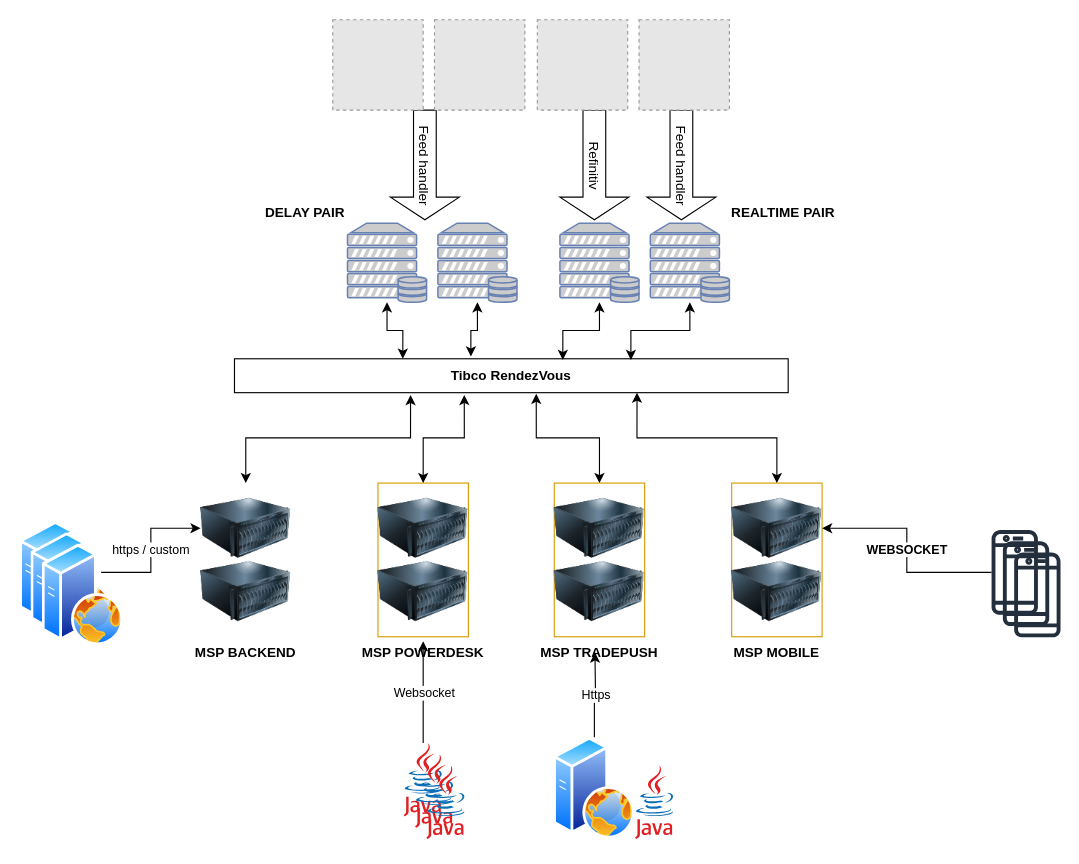
Before: msp_modello_architetturale.drawio in kino71/diagrams, a draw.io diagram. Source tidied: cells renumbered, new cells numbered last; positions are measured from the earlier drawing's top-left corner, leaving out a move shared by most shapes. Both pictures are drawn from the tidied source at 113%, with x=0, y=0 at pixel (19, 19). Pictures stored in the file or linked from it are replaced by grey dashed boxes.
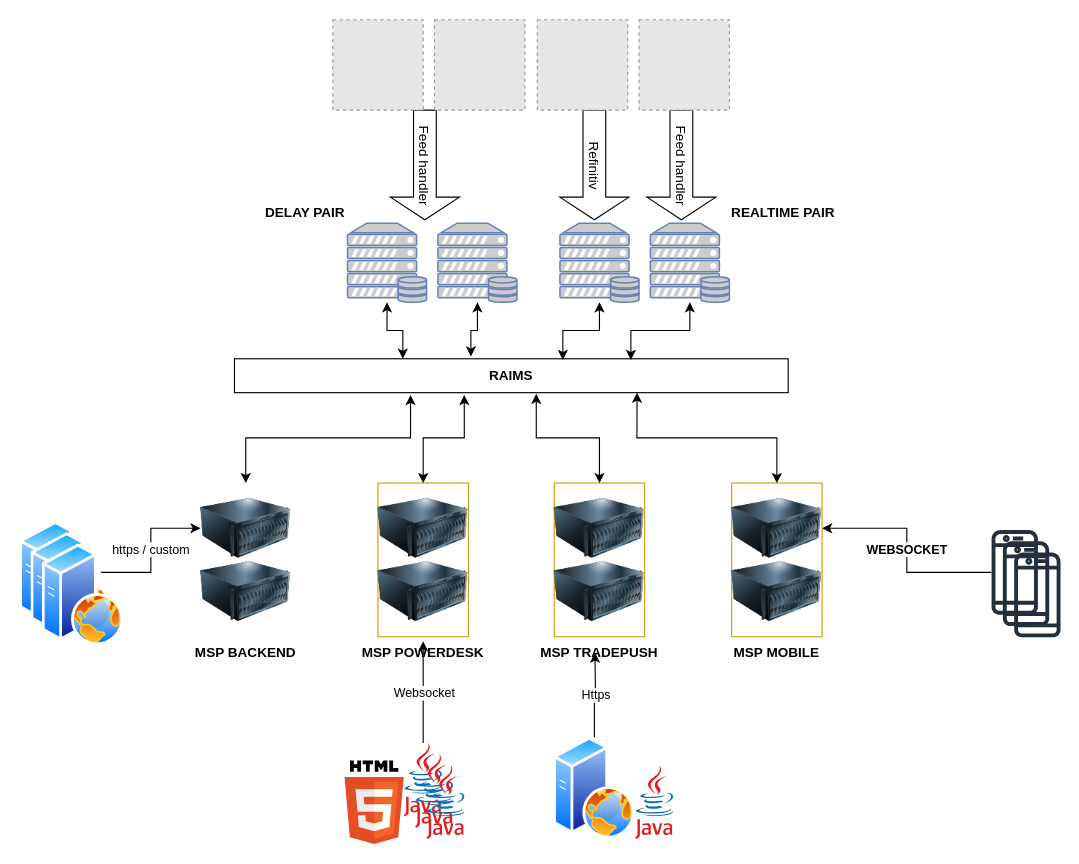
The same diagram, later.

Commit message:
Sostituito RV con RAIMS, aggiunto html 5

The edit, as a diff of the source:
```diff
@@
-    <mxCell id="11" value="Tibco RendezVous" style="rounded=0;whiteSpace=wrap;html=1;fontStyle=1;" parent="1" vertex="1">
+    <mxCell id="11" value="RAIMS" style="rounded=0;whiteSpace=wrap;html=1;fontStyle=1;" parent="1" vertex="1">
       <mxGeometry x="190" y="300" width="490" height="30" as="geometry" />
     </mxCell>
@@
+    <mxCell id="53" style="dashed=0;html=1;align=center;labelPosition=center;verticalLabelPosition=bottom;verticalAlign=top;shape=mxgraph.weblogos.html5;" parent="1" vertex="1">
+      <mxGeometry x="287.4" y="655.5" width="52.4" height="74" as="geometry" />
+    </mxCell>
```
